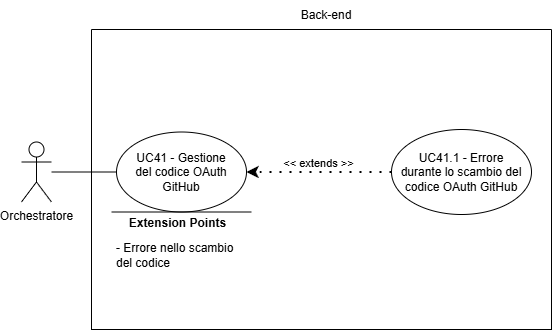
This is assets/diagrams/UC41.png from SkarabGroup/DocumentazioneProgetto, a draw.io export, as it was before one commit. Source tidied: cells renumbered, new cells last; positions are measured from the earlier drawing's top-left corner, leaving out a move shared by most shapes. The source it was exported from:
```xml
<mxGraphModel>
  <root>
    <mxCell id="0" />
    <mxCell id="1" parent="0" />
    <mxCell id="2" value="Orchestratore" style="shape=umlActor;verticalLabelPosition=bottom;verticalAlign=top;html=1;outlineConnect=0;align=center;" parent="1" vertex="1">
      <mxGeometry y="141.5" width="30" height="60" as="geometry" />
    </mxCell>
    <mxCell id="3" style="swimlane;startSize=0;" parent="1" vertex="1">
      <mxGeometry x="70" y="29" width="460" height="300" as="geometry" />
    </mxCell>
    <mxCell id="4" style="ellipse;whiteSpace=wrap;html=1;" parent="3" vertex="1">
      <mxGeometry x="25" y="102.5" width="130" height="80" as="geometry" />
    </mxCell>
    <mxCell id="5" style="ellipse;whiteSpace=wrap;html=1;" parent="3" vertex="1">
      <mxGeometry x="300" y="100" width="140" height="85" as="geometry" />
    </mxCell>
    <mxCell id="6" style="endArrow=none;html=1;rounded=0;" parent="3" edge="1">
      <mxGeometry relative="1" as="geometry">
        <mxPoint x="20" y="182.5" as="sourcePoint" />
        <mxPoint x="160" y="182.5" as="targetPoint" />
      </mxGeometry>
    </mxCell>
    <mxCell id="7" value="&lt;b&gt;&lt;font style=&quot;font-size: 12px;&quot;&gt;Extension Points&lt;/font&gt;&lt;/b&gt;" style="edgeLabel;html=1;align=center;verticalAlign=middle;" parent="6" vertex="1">
      <mxGeometry x="0.65" relative="1" as="geometry">
        <mxPoint x="-50" y="11" as="offset" />
      </mxGeometry>
    </mxCell>
    <mxCell id="8" value="&lt;font style=&quot;font-size: 12px;&quot;&gt;- Errore nello scambio del codice&lt;/font&gt;" style="text;html=1;align=left;verticalAlign=middle;whiteSpace=wrap;rounded=0;" parent="3" vertex="1">
      <mxGeometry x="22.5" y="210.5" width="137.5" height="30" as="geometry" />
    </mxCell>
    <mxCell id="9" value="&lt;div style=&quot;&quot;&gt;&lt;span style=&quot;background-color: transparent; color: light-dark(rgb(0, 0, 0), rgb(255, 255, 255));&quot;&gt;UC41 - Gestione del codice OAuth GitHub&lt;/span&gt;&lt;/div&gt;" style="text;html=1;align=center;verticalAlign=middle;whiteSpace=wrap;rounded=0;" parent="3" vertex="1">
      <mxGeometry x="35" y="107.5" width="110" height="70" as="geometry" />
    </mxCell>
    <mxCell id="10" value="UC41.1 - Errore durante lo scambio del codice OAuth GitHub" style="text;html=1;align=center;verticalAlign=middle;whiteSpace=wrap;rounded=0;" parent="3" vertex="1">
      <mxGeometry x="305" y="107.5" width="130" height="70" as="geometry" />
    </mxCell>
    <mxCell id="11" value="&amp;lt;&amp;lt; extends &amp;gt;&amp;gt;" style="endArrow=classic;startArrow=none;endFill=1;startFill=0;html=1;verticalAlign=bottom;dashed=1;labelBackgroundColor=none;rounded=0;dashPattern=1 4;curved=0;endSize=6;strokeWidth=2;exitX=0;exitY=0.5;exitDx=0;exitDy=0;entryX=1;entryY=0.5;entryDx=0;entryDy=0;" parent="3" edge="1" source="5" target="4">
      <mxGeometry relative="1" as="geometry" />
    </mxCell>
    <mxCell id="12" value="Back-end" style="text;html=1;align=center;verticalAlign=middle;whiteSpace=wrap;rounded=0;" parent="1" vertex="1">
      <mxGeometry x="275" width="60" height="30" as="geometry" />
    </mxCell>
    <mxCell id="13" style="endArrow=none;html=1;rounded=0;entryX=0;entryY=0.5;entryDx=0;entryDy=0;" parent="1" edge="1" source="2" target="4">
      <mxGeometry relative="1" as="geometry" />
    </mxCell>
  </root>
</mxGraphModel>
```
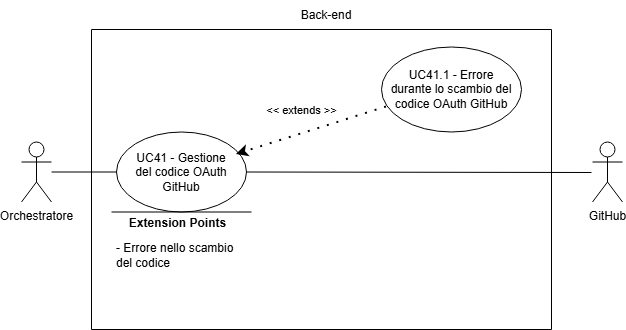
The same file after the commit.

What changed in the source:
```diff
@@ -12,7 +12,7 @@
       <mxGeometry x="25" y="102.5" width="130" height="80" as="geometry" />
     </mxCell>
     <mxCell id="5" style="ellipse;whiteSpace=wrap;html=1;" parent="3" vertex="1">
-      <mxGeometry x="300" y="100" width="140" height="85" as="geometry" />
+      <mxGeometry x="290" y="17.5" width="140" height="85" as="geometry" />
     </mxCell>
     <mxCell id="6" style="endArrow=none;html=1;rounded=0;" parent="3" edge="1">
       <mxGeometry relative="1" as="geometry">
@@ -32,10 +32,10 @@
       <mxGeometry x="35" y="107.5" width="110" height="70" as="geometry" />
     </mxCell>
     <mxCell id="10" value="UC41.1 - Errore durante lo scambio del codice OAuth GitHub" style="text;html=1;align=center;verticalAlign=middle;whiteSpace=wrap;rounded=0;" parent="3" vertex="1">
-      <mxGeometry x="305" y="107.5" width="130" height="70" as="geometry" />
+      <mxGeometry x="295" y="25" width="130" height="70" as="geometry" />
     </mxCell>
-    <mxCell id="11" value="&amp;lt;&amp;lt; extends &amp;gt;&amp;gt;" style="endArrow=classic;startArrow=none;endFill=1;startFill=0;html=1;verticalAlign=bottom;dashed=1;labelBackgroundColor=none;rounded=0;dashPattern=1 4;curved=0;endSize=6;strokeWidth=2;exitX=0;exitY=0.5;exitDx=0;exitDy=0;entryX=1;entryY=0.5;entryDx=0;entryDy=0;" parent="3" edge="1" source="5" target="4">
-      <mxGeometry relative="1" as="geometry" />
+    <mxCell id="11" value="&amp;lt;&amp;lt; extends &amp;gt;&amp;gt;" style="endArrow=classic;startArrow=none;endFill=1;startFill=0;html=1;verticalAlign=bottom;dashed=1;labelBackgroundColor=none;rounded=0;dashPattern=1 4;curved=0;endSize=6;strokeWidth=2;exitX=0;exitY=0.75;exitDx=0;exitDy=0;entryX=1;entryY=0.25;entryDx=0;entryDy=0;" parent="3" edge="1" source="10" target="9">
+      <mxGeometry x="0.08" y="-14" relative="1" as="geometry" />
     </mxCell>
     <mxCell id="12" value="Back-end" style="text;html=1;align=center;verticalAlign=middle;whiteSpace=wrap;rounded=0;" parent="1" vertex="1">
       <mxGeometry x="275" width="60" height="30" as="geometry" />
@@ -43,5 +43,13 @@
     <mxCell id="13" style="endArrow=none;html=1;rounded=0;entryX=0;entryY=0.5;entryDx=0;entryDy=0;" parent="1" edge="1" source="2" target="4">
       <mxGeometry relative="1" as="geometry" />
     </mxCell>
+    <mxCell id="14" value="GitHub" style="shape=umlActor;verticalLabelPosition=bottom;verticalAlign=top;html=1;align=center;" parent="1" vertex="1">
+      <mxGeometry x="571" y="141.5" width="30" height="60" as="geometry" />
+    </mxCell>
+    <mxCell id="15" style="endArrow=none;html=1;rounded=0;exitX=1;exitY=0.5;exitDx=0;exitDy=0;" parent="1" edge="1" source="4">
+      <mxGeometry relative="1" as="geometry">
+        <mxPoint x="570" y="172" as="targetPoint" />
+      </mxGeometry>
+    </mxCell>
   </root>
 </mxGraphModel>
```
